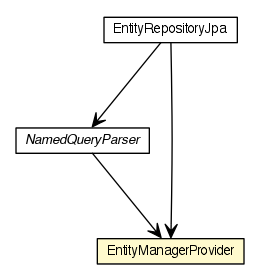
Above: apidocs/org/dayatang/persistence/jpa/EntityManagerProvider.png in dayatang/dddlib (Graphviz), before the change. Its source is kept beside it as apidocs/org/dayatang/persistence/jpa/EntityManagerProvider.dot.
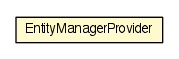
After the change.

Diff of the diagram source:
```diff
@@ -4,22 +4,9 @@
 	node [fontname="Helvetica",fontsize=10,shape=plaintext];
 	nodesep=0.25;
 	ranksep=0.5;
-	c46529 [label=<<table title="org.dayatang.persistence.jpa.NamedQueryParser" border="0" cellborder="1" cellspacing="0" cellpadding="2" port="p" href="./NamedQueryParser.html">
-		<tr><td><table border="0" cellspacing="0" cellpadding="1">
-<tr><td align="center" balign="center"><font face="Helvetica-Oblique"> NamedQueryParser </font></td></tr>
-		</table></td></tr>
-		</table>>, URL="./NamedQueryParser.html", fontname="Helvetica", fontcolor="black", fontsize=10.0];
-	c46530 [label=<<table title="org.dayatang.persistence.jpa.EntityRepositoryJpa" border="0" cellborder="1" cellspacing="0" cellpadding="2" port="p" href="./EntityRepositoryJpa.html">
-		<tr><td><table border="0" cellspacing="0" cellpadding="1">
-<tr><td align="center" balign="center"> EntityRepositoryJpa </td></tr>
-		</table></td></tr>
-		</table>>, URL="./EntityRepositoryJpa.html", fontname="Helvetica", fontcolor="black", fontsize=10.0];
-	c46531 [label=<<table title="org.dayatang.persistence.jpa.EntityManagerProvider" border="0" cellborder="1" cellspacing="0" cellpadding="2" port="p" bgcolor="lemonChiffon" href="./EntityManagerProvider.html">
+	c46332 [label=<<table title="org.dayatang.persistence.jpa.EntityManagerProvider" border="0" cellborder="1" cellspacing="0" cellpadding="2" port="p" bgcolor="lemonChiffon" href="./EntityManagerProvider.html">
 		<tr><td><table border="0" cellspacing="0" cellpadding="1">
 <tr><td align="center" balign="center"> EntityManagerProvider </td></tr>
 		</table></td></tr>
 		</table>>, URL="./EntityManagerProvider.html", fontname="Helvetica", fontcolor="black", fontsize=10.0];
-	c46529:p -> c46531:p [taillabel="", label=" "headlabel="", fontname="Helvetica", fontcolor="black", fontsize=10.0, color="black", arrowhead=open];
-	c46530:p -> c46529:p [taillabel="", label=" "headlabel="", fontname="Helvetica", fontcolor="black", fontsize=10.0, color="black", arrowhead=open];
-	c46530:p -> c46531:p [taillabel="", label=" "headlabel="", fontname="Helvetica", fontcolor="black", fontsize=10.0, color="black", arrowhead=open];
 }
```
